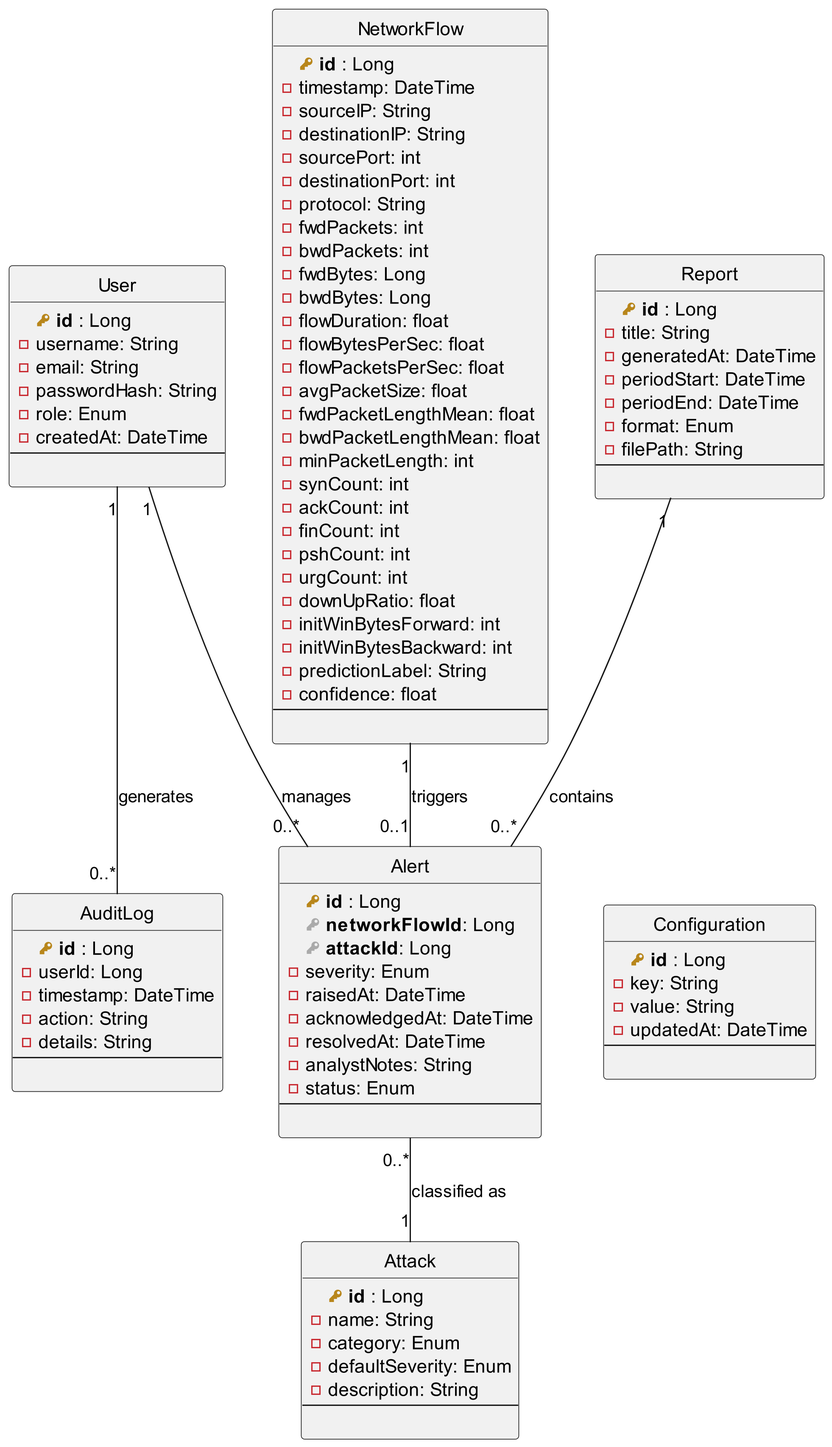
Earlier version of the PlantUML export out/diagrams/code/db-diagram/db-schema-vers1.png (Amira-BOUAFIF/pfe-nids-report).
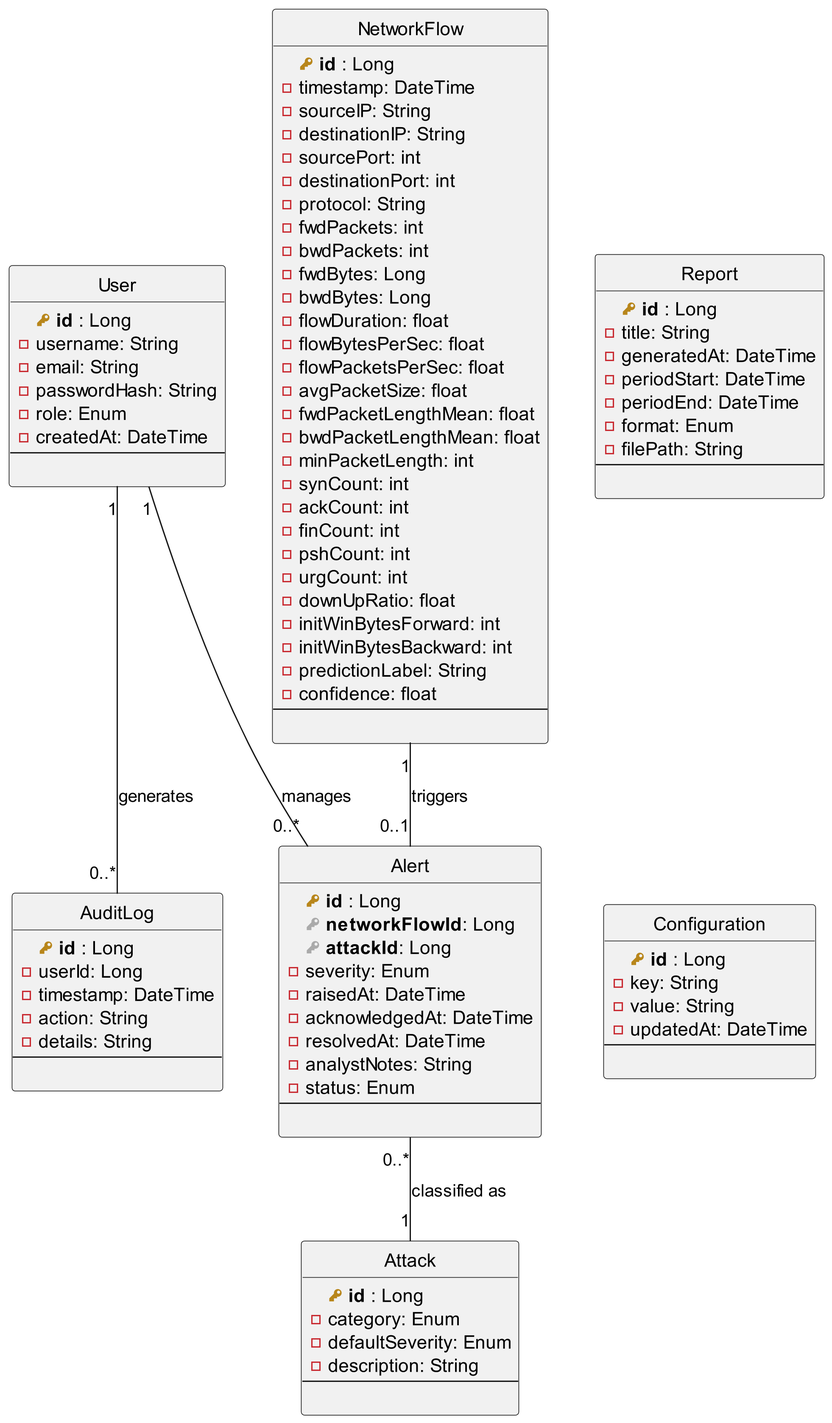
Later version of the same file.

What changed in the source:
```diff
@@ -7,101 +7,100 @@
 
 
 class User {
-  primary_key(id) : Long
-  - username: String
-  - email: String
-  - passwordHash: String
-  - role: Enum
-  - createdAt: DateTime
-  --
+    primary_key(id) : Long
+    - username: String
+    - email: String
+    - passwordHash: String
+    - role: Enum
+    - createdAt: DateTime
+    --
 
 }
 
 class Alert {
-  primary_key(id) : Long
-  foreign_key(networkFlowId): Long
-  foreign_key(attackId): Long
-  - severity: Enum
-  - raisedAt: DateTime
-  - acknowledgedAt: DateTime
-  - resolvedAt: DateTime
-  - analystNotes: String
-  - status: Enum
-  --
+    primary_key(id) : Long
+    foreign_key(networkFlowId): Long
+    foreign_key(attackId): Long
+    - severity: Enum
+    - raisedAt: DateTime
+    - acknowledgedAt: DateTime
+    - resolvedAt: DateTime
+    - analystNotes: String
+    - status: Enum
+    --
 
 }
 
 class Attack {
-  primary_key(id) : Long
-  - name: String
-  - category: Enum
-  - defaultSeverity: Enum
-  - description: String
-  --
+    primary_key(id) : Long
+    - category: Enum
+    - defaultSeverity: Enum
+    - description: String
+    --
 
 }
 
 class NetworkFlow {
-  primary_key(id) : Long
-  - timestamp: DateTime
-  - sourceIP: String
-  - destinationIP: String
-  - sourcePort: int
-  - destinationPort: int
-  - protocol: String
-  - fwdPackets: int
-  - bwdPackets: int
-  - fwdBytes: Long
-  - bwdBytes: Long
-  - flowDuration: float
-  - flowBytesPerSec: float
-  - flowPacketsPerSec: float
-  - avgPacketSize: float
-  - fwdPacketLengthMean: float
-  - bwdPacketLengthMean: float
-  - minPacketLength: int
-  - synCount: int
-  - ackCount: int
-  - finCount: int
-  - pshCount: int
-  - urgCount: int
-  - downUpRatio: float
-  - initWinBytesForward: int
-  - initWinBytesBackward: int
-  - predictionLabel: String
-  - confidence: float
-  --
+    primary_key(id) : Long
+    - timestamp: DateTime
+    - sourceIP: String
+    - destinationIP: String
+    - sourcePort: int
+    - destinationPort: int
+    - protocol: String
+    - fwdPackets: int
+    - bwdPackets: int
+    - fwdBytes: Long
+    - bwdBytes: Long
+    - flowDuration: float
+    - flowBytesPerSec: float
+    - flowPacketsPerSec: float
+    - avgPacketSize: float
+    - fwdPacketLengthMean: float
+    - bwdPacketLengthMean: float
+    - minPacketLength: int
+    - synCount: int
+    - ackCount: int
+    - finCount: int
+    - pshCount: int
+    - urgCount: int
+    - downUpRatio: float
+    - initWinBytesForward: int
+    - initWinBytesBackward: int
+    - predictionLabel: String
+    - confidence: float
+    --
 
 }
 
 class AuditLog {
-  primary_key(id) : Long
-  - userId: Long
-  - timestamp: DateTime
-  - action: String
-  - details: String
-  --
+    primary_key(id) : Long
+    - userId: Long
+    - timestamp: DateTime
+    - action: String
+    - details: String
+    --
 
 }
 
 class Report {
-  primary_key(id) : Long
-  - title: String
-  - generatedAt: DateTime
-  - periodStart: DateTime
-  - periodEnd: DateTime
-  - format: Enum
-  - filePath: String
-  --
+    primary_key(id) : Long
+    - title: String
+    - generatedAt: DateTime
+    - periodStart: DateTime
+    - periodEnd: DateTime
+    - format: Enum
+    - filePath: String
+    --
 
 }
 
 class Configuration {
-  primary_key(id) : Long
-  - key: String
-  - value: String
-  - updatedAt: DateTime
-  --
+    primary_key(id) : Long
+    - key: String
+    - value: String
+    - updatedAt: DateTime
+    --
 
 }
 
@@ -114,7 +113,7 @@
 
 User           "1"   --  "0..*"  AuditLog   : generates
 
-Report         "1"   --  "0..*"  Alert      : contains
+Report         "1"   -[hidden]-  "0..*"  Alert      : contains
 
 Report -[hidden]- Configuration
 @enduml
```
